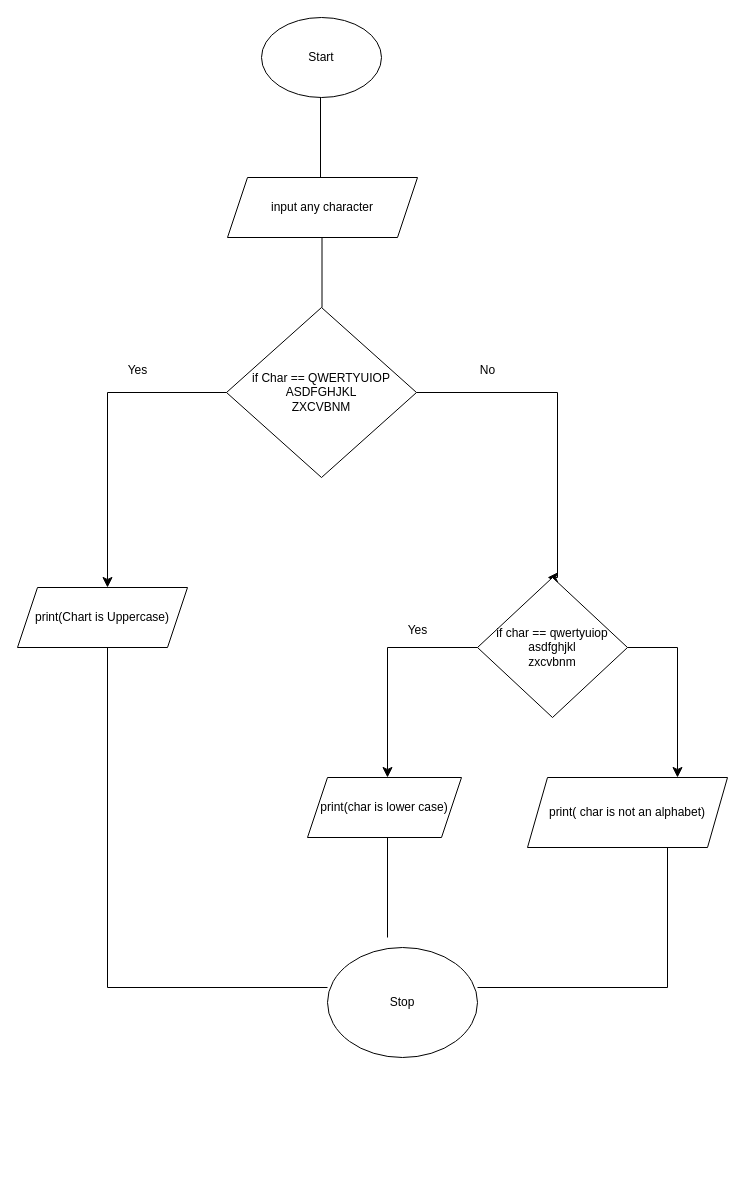
Above: upper&lower_case.drawio in ArslanBashirBhat/Assingments-Python (draw.io), before the change. Source tidied: cells renumbered, new cells numbered last; positions are measured from the earlier drawing's top-left corner, leaving out a move shared by most shapes. Both pictures are drawn from the tidied source at 100%, with x=0, y=0 at pixel (17, 17).
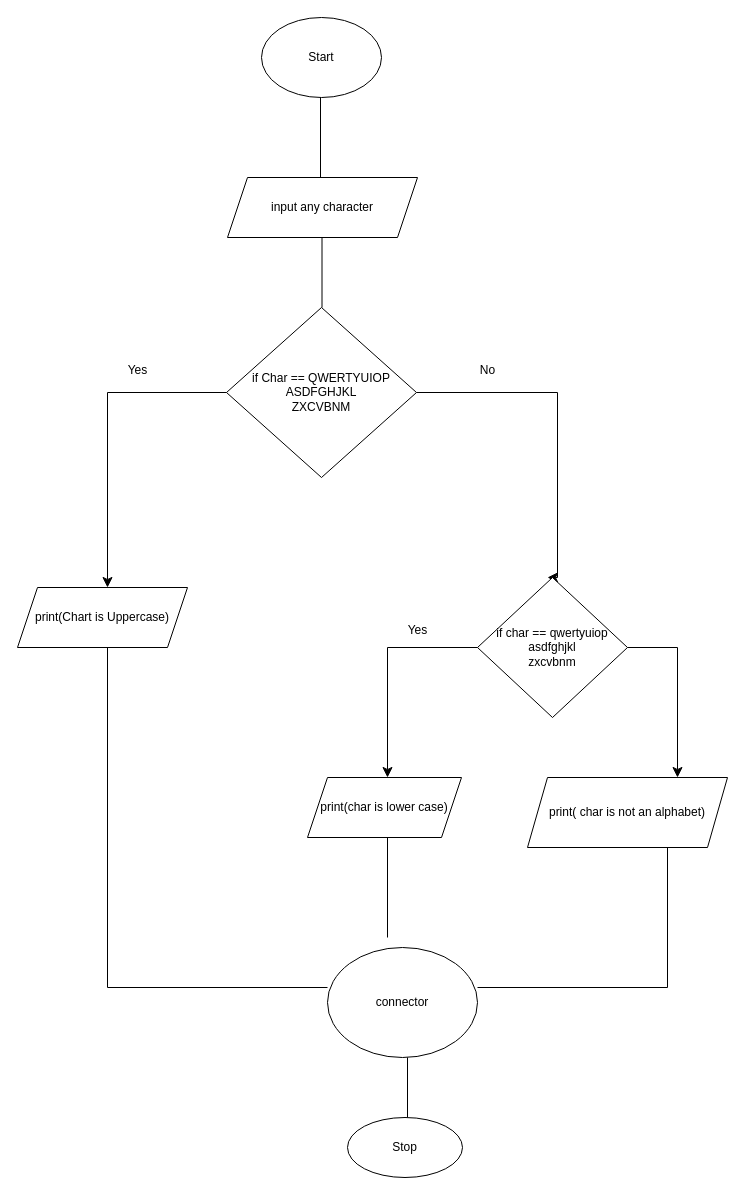
Above is the later version.

Change to the diagram source:
```diff
@@
-    <mxCell id="23" value="Stop" style="ellipse;whiteSpace=wrap;html=1;" parent="1" vertex="1">
+    <mxCell id="23" value="connector" style="ellipse;whiteSpace=wrap;html=1;" parent="1" vertex="1">
       <mxGeometry x="310" y="930" width="150" height="110" as="geometry" />
     </mxCell>
+    <mxCell id="24" style="endArrow=none;html=1;rounded=0;" parent="1" edge="1">
+      <mxGeometry relative="1" as="geometry">
+        <mxPoint x="390" y="1100" as="sourcePoint" />
+        <mxPoint x="390" y="1040" as="targetPoint" />
+      </mxGeometry>
+    </mxCell>
+    <mxCell id="25" value="Stop" style="ellipse;whiteSpace=wrap;html=1;" parent="1" vertex="1">
+      <mxGeometry x="330" y="1100" width="115" height="60" as="geometry" />
+    </mxCell>
```
